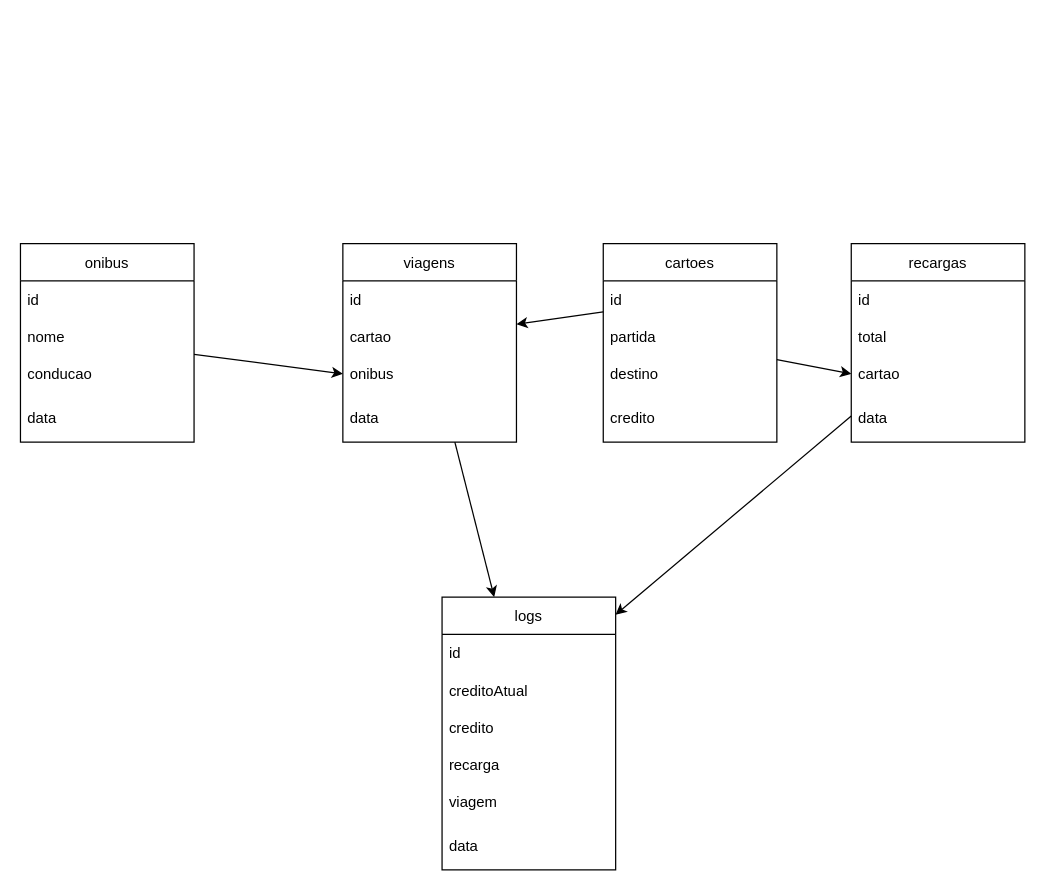
The draw.io diagram bd/diagrama-banco-de-dados.drawio in Jorge-Calheiros-de-Sousa/api-gerenciadora-passe-escolar, before the edit. Source tidied: cells renumbered, new cells numbered last; positions are measured from the earlier drawing's top-left corner, leaving out a move shared by most shapes. Both pictures are drawn from the tidied source at 124%, with x=0, y=0 at pixel (20, 243).
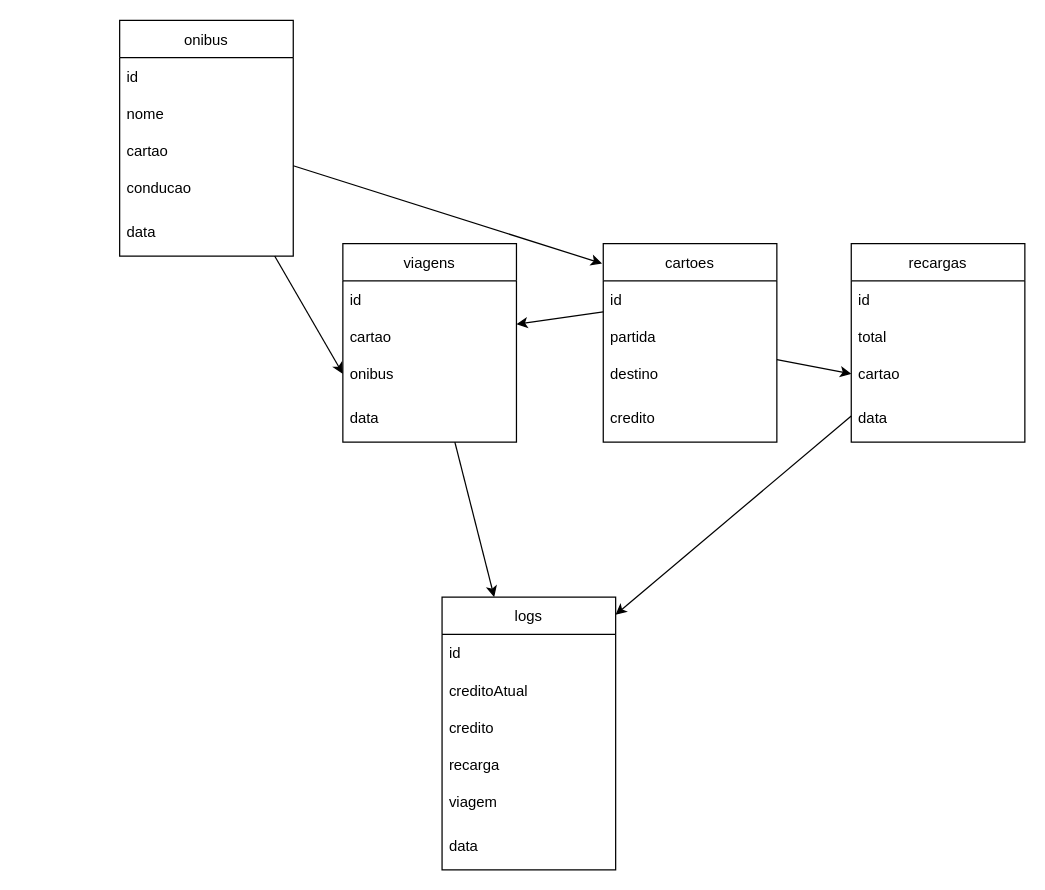
The same page after the edit.

Commit message (it also covers changes not shown here):
Ajustando algumas relaçoes de banco de dados

Unchanged cells that the change refers to:
```xml
<mxCell id="3" value="cartoes" style="swimlane;fontStyle=0;horizontal=1;startSize=30;" parent="1" vertex="1">
  <mxGeometry x="470" width="140" height="160" as="geometry" />
</mxCell>
```

The edit, as a diff of the source:
```diff
@@
+    <mxCell id="34" style="edgeStyle=none;html=1;entryX=-0.007;entryY=0.1;entryDx=0;entryDy=0;entryPerimeter=0;" parent="1" edge="1" source="9" target="3">
+      <mxGeometry relative="1" as="geometry" />
+    </mxCell>
     <mxCell id="9" value="onibus" style="swimlane;fontStyle=0;horizontal=1;startSize=30;" parent="1" vertex="1">
-      <mxGeometry width="140" height="160" as="geometry" />
+      <mxGeometry x="80" y="-180" width="140" height="190" as="geometry" />
     </mxCell>
@@
+    <mxCell id="35" value="cartao" style="text;strokeColor=none;fillColor=none;align=left;verticalAlign=middle;spacingLeft=4;spacingRight=4;overflow=hidden;" parent="9" vertex="1">
+      <mxGeometry y="90" width="140" height="30" as="geometry" />
+    </mxCell>
     <mxCell id="12" value="conducao" style="text;strokeColor=none;fillColor=none;align=left;verticalAlign=middle;spacingLeft=4;spacingRight=4;overflow=hidden;" parent="9" vertex="1">
-      <mxGeometry y="90" width="140" height="30" as="geometry" />
+      <mxGeometry y="120" width="140" height="30" as="geometry" />
     </mxCell>
     <mxCell id="13" value="data" style="text;strokeColor=none;fillColor=none;align=left;verticalAlign=middle;spacingLeft=4;spacingRight=4;overflow=hidden;" parent="9" vertex="1">
-      <mxGeometry y="120" width="140" height="40" as="geometry" />
+      <mxGeometry y="150" width="140" height="40" as="geometry" />
     </mxCell>
```
